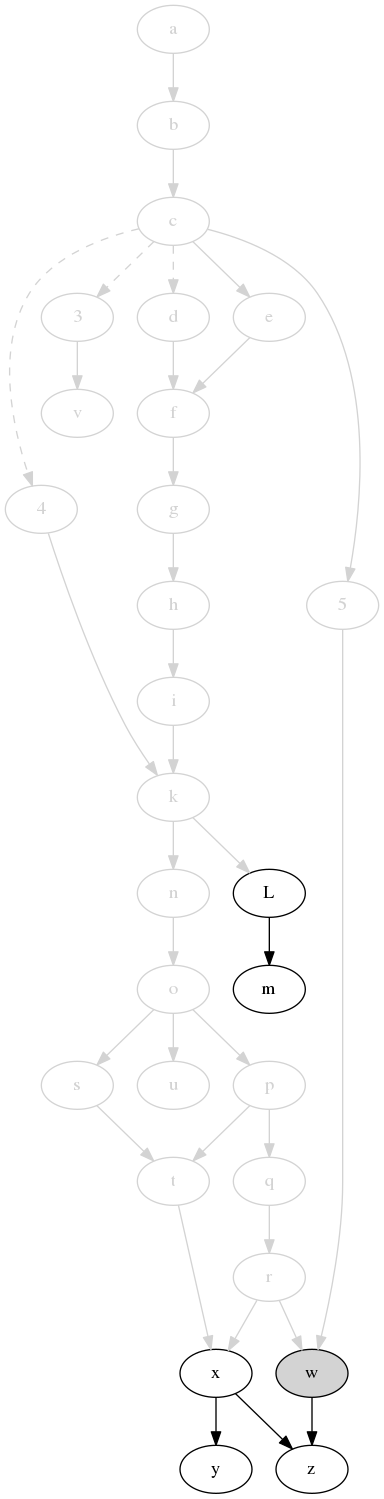
jdmpapin/svm-startup-deps keeps this Graphviz diagram as svm-startup-deps.png. Above is the earlier version. Its source is kept beside it as svm-startup-deps.dot.
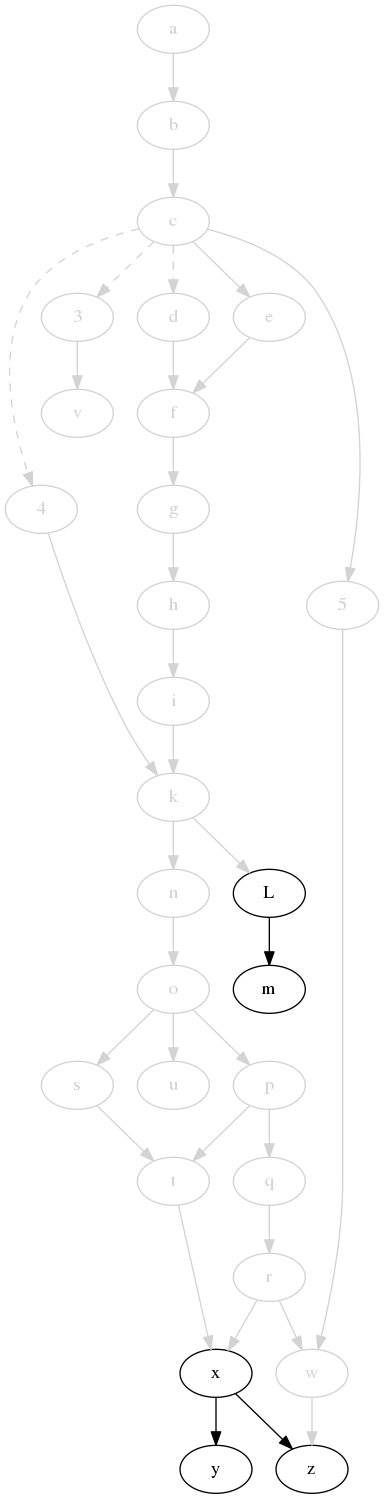
After the commit.

Diff of the diagram source:
```diff
@@ -24,7 +24,7 @@
     t [color=lightgrey,fontcolor=lightgrey];
     u [color=lightgrey,fontcolor=lightgrey];
     v [color=lightgrey,fontcolor=lightgrey];
-    w [style=filled,fillcolor=lightgrey];
+    w [color=lightgrey,fontcolor=lightgrey];
     x;
     y;
     z;
@@ -61,5 +61,5 @@
     r -> x [color=lightgrey];
     x -> y;
     x -> z;
-    w -> z;
+    w -> z [color=lightgrey];
 }
```
